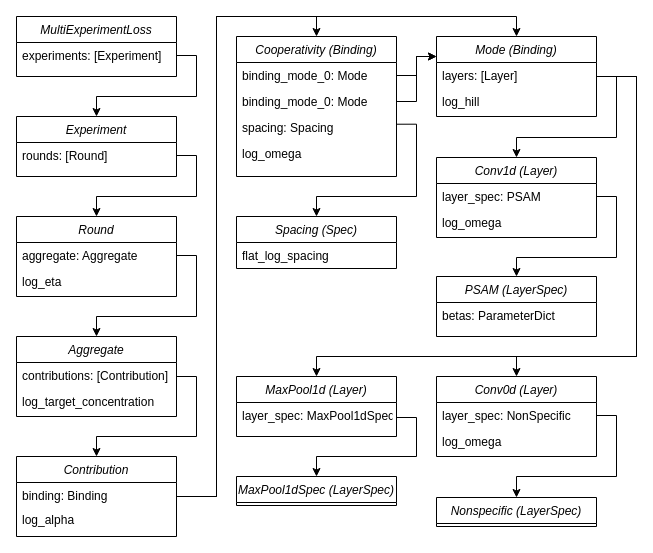
This is docs/source/_static/PyProBound.drawio from BussemakerLab/PyProBound, a draw.io file, before an edit. Source tidied: cells renumbered, new cells numbered last; positions are measured from the earlier drawing's top-left corner, leaving out a move shared by most shapes. Both pictures are drawn from the tidied source at 100%, with x=0, y=0 at pixel (16, 16).
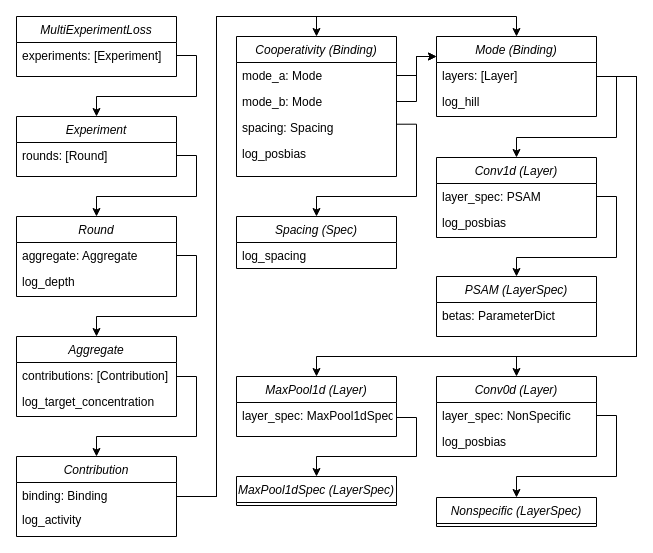
After the change.

Commit message (it also covers changes not shown here):
Update overview figure

Unchanged cells that the change refers to:
```xml
<mxCell id="7" value="Round" style="swimlane;fontStyle=2;align=center;verticalAlign=top;horizontal=1;startSize=26;rounded=0;shadow=0;strokeWidth=1;" parent="1" vertex="1">
  <mxGeometry y="200" width="160" height="80" as="geometry" />
</mxCell>
<mxCell id="15" value="Contribution" style="swimlane;fontStyle=2;align=center;verticalAlign=top;horizontal=1;startSize=26;rounded=0;shadow=0;strokeWidth=1;" parent="1" vertex="1">
  <mxGeometry y="440" width="160" height="80" as="geometry" />
</mxCell>
<mxCell id="23" value="Conv1d (Layer)" style="swimlane;fontStyle=2;align=center;verticalAlign=top;horizontal=1;startSize=26;rounded=0;shadow=0;strokeWidth=1;" parent="1" vertex="1">
  <mxGeometry x="420" y="141" width="160" height="80" as="geometry" />
</mxCell>
<mxCell id="28" value="Cooperativity (Binding)" style="swimlane;fontStyle=2;align=center;verticalAlign=top;horizontal=1;startSize=26;rounded=0;shadow=0;strokeWidth=1;" parent="1" vertex="1">
  <mxGeometry x="220" y="20" width="160" height="140" as="geometry" />
</mxCell>
<mxCell id="36" value="Conv0d (Layer)" style="swimlane;fontStyle=2;align=center;verticalAlign=top;horizontal=1;startSize=26;rounded=0;shadow=0;strokeWidth=1;" parent="1" vertex="1">
  <mxGeometry x="420" y="360" width="160" height="80" as="geometry" />
</mxCell>
<mxCell id="43" value="Spacing (Spec)" style="swimlane;fontStyle=2;align=center;verticalAlign=top;horizontal=1;startSize=26;rounded=0;shadow=0;strokeWidth=1;" parent="1" vertex="1">
  <mxGeometry x="220" y="200" width="160" height="52" as="geometry" />
</mxCell>
```

The edit, as a diff of the source:
```diff
@@
-    <mxCell id="9" value="log_eta" style="text;align=left;verticalAlign=top;spacingLeft=4;spacingRight=4;overflow=hidden;rounded=0;shadow=0;html=0;" parent="7" vertex="1">
+    <mxCell id="9" value="log_depth" style="text;align=left;verticalAlign=top;spacingLeft=4;spacingRight=4;overflow=hidden;rounded=0;shadow=0;html=0;" parent="7" vertex="1">
       <mxGeometry y="52" width="160" height="26" as="geometry" />
     </mxCell>
@@
-    <mxCell id="17" value="log_alpha" style="text;align=left;verticalAlign=top;spacingLeft=4;spacingRight=4;overflow=hidden;rounded=0;shadow=0;html=0;" parent="15" vertex="1">
+    <mxCell id="17" value="log_activity" style="text;align=left;verticalAlign=top;spacingLeft=4;spacingRight=4;overflow=hidden;rounded=0;shadow=0;html=0;" parent="15" vertex="1">
       <mxGeometry y="50" width="160" height="30" as="geometry" />
     </mxCell>
@@
-    <mxCell id="25" value="log_omega" style="text;align=left;verticalAlign=top;spacingLeft=4;spacingRight=4;overflow=hidden;rounded=0;shadow=0;html=0;" parent="23" vertex="1">
+    <mxCell id="25" value="log_posbias" style="text;align=left;verticalAlign=top;spacingLeft=4;spacingRight=4;overflow=hidden;rounded=0;shadow=0;html=0;" parent="23" vertex="1">
       <mxGeometry y="52" width="160" height="26" as="geometry" />
     </mxCell>
@@
-    <mxCell id="29" value="binding_mode_0: Mode " style="text;align=left;verticalAlign=top;spacingLeft=4;spacingRight=4;overflow=hidden;points=[[0,0.5],[1,0.5]];portConstraint=eastwest;rounded=0;shadow=0;html=0;" parent="28" vertex="1">
+    <mxCell id="29" value="mode_a: Mode " style="text;align=left;verticalAlign=top;spacingLeft=4;spacingRight=4;overflow=hidden;points=[[0,0.5],[1,0.5]];portConstraint=eastwest;rounded=0;shadow=0;html=0;" parent="28" vertex="1">
       <mxGeometry y="26" width="160" height="26" as="geometry" />
     </mxCell>
-    <mxCell id="30" value="binding_mode_0: Mode " style="text;align=left;verticalAlign=top;spacingLeft=4;spacingRight=4;overflow=hidden;points=[[0,0.5],[1,0.5]];portConstraint=eastwest;rounded=0;shadow=0;html=0;" parent="28" vertex="1">
+    <mxCell id="30" value="mode_b: Mode" style="text;align=left;verticalAlign=top;spacingLeft=4;spacingRight=4;overflow=hidden;points=[[0,0.5],[1,0.5]];portConstraint=eastwest;rounded=0;shadow=0;html=0;" parent="28" vertex="1">
       <mxGeometry y="52" width="160" height="26" as="geometry" />
     </mxCell>
@@
-    <mxCell id="32" value="log_omega" style="text;align=left;verticalAlign=top;spacingLeft=4;spacingRight=4;overflow=hidden;rounded=0;shadow=0;html=0;" parent="28" vertex="1">
+    <mxCell id="32" value="log_posbias" style="text;align=left;verticalAlign=top;spacingLeft=4;spacingRight=4;overflow=hidden;rounded=0;shadow=0;html=0;" parent="28" vertex="1">
       <mxGeometry y="104" width="160" height="36" as="geometry" />
     </mxCell>
@@
-    <mxCell id="38" value="log_omega" style="text;align=left;verticalAlign=top;spacingLeft=4;spacingRight=4;overflow=hidden;rounded=0;shadow=0;html=0;" parent="36" vertex="1">
+    <mxCell id="38" value="log_posbias" style="text;align=left;verticalAlign=top;spacingLeft=4;spacingRight=4;overflow=hidden;rounded=0;shadow=0;html=0;" parent="36" vertex="1">
       <mxGeometry y="52" width="160" height="26" as="geometry" />
     </mxCell>
@@
-    <mxCell id="44" value="flat_log_spacing" style="text;align=left;verticalAlign=top;spacingLeft=4;spacingRight=4;overflow=hidden;rounded=0;shadow=0;html=0;" parent="43" vertex="1">
+    <mxCell id="44" value="log_spacing" style="text;align=left;verticalAlign=top;spacingLeft=4;spacingRight=4;overflow=hidden;rounded=0;shadow=0;html=0;" parent="43" vertex="1">
       <mxGeometry y="26" width="160" height="26" as="geometry" />
     </mxCell>
```
